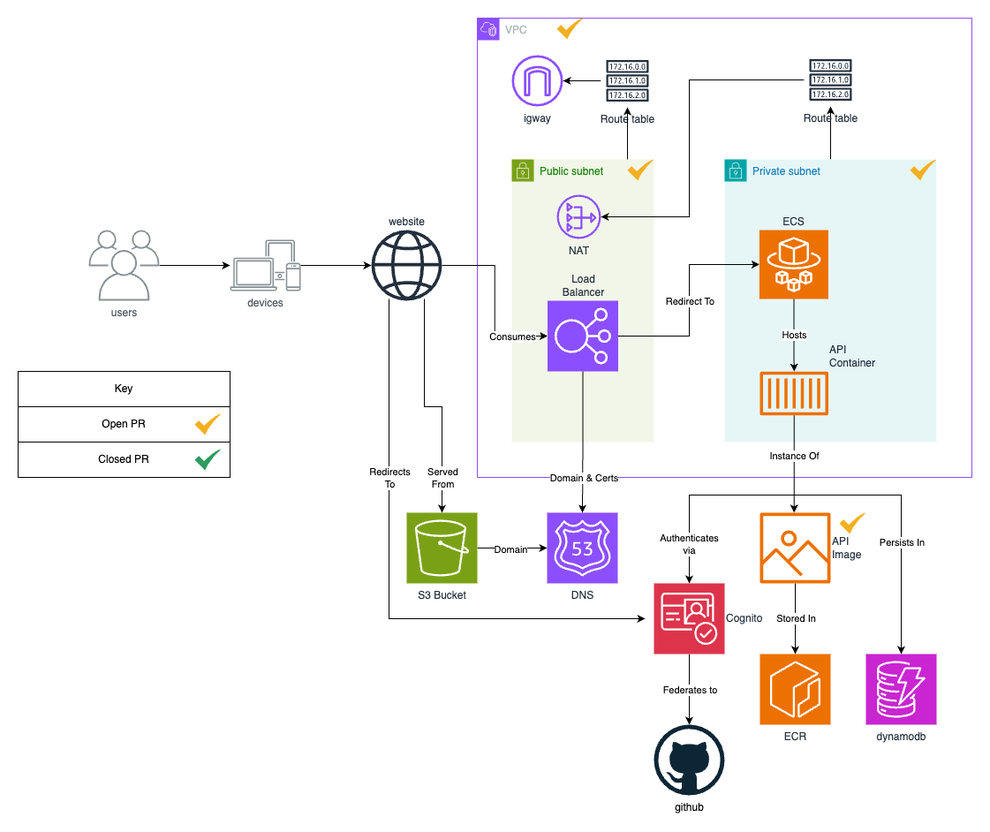
letsseethecode/lstc_website keeps this draw.io diagram as docs/images/C4-AWS Components.drawio.png. Above is the earlier version. Source tidied: cells renumbered, new cells last; positions are measured from the earlier drawing's top-left corner, leaving out a move shared by most shapes.
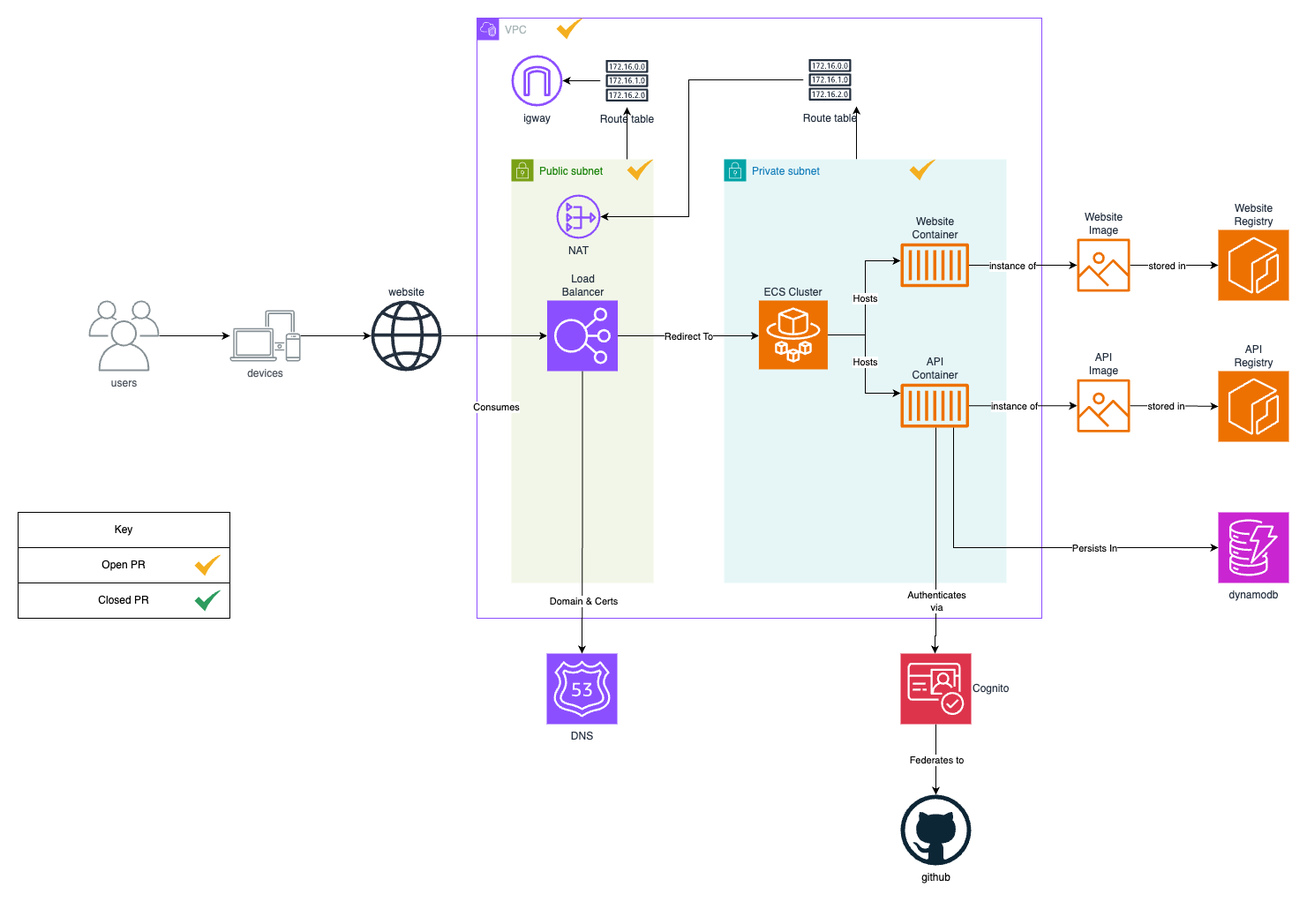
After the change.

Diff of the diagram source:
```diff
@@ -11,3 +11,3 @@
     <mxCell id="4" value="VPC" style="gradientColor=none;html=1;whiteSpace=wrap;fontSize=12;fontStyle=0;shape=mxgraph.aws4.group;grIcon=mxgraph.aws4.group_vpc2;strokeColor=#8C4FFF;fillColor=none;verticalAlign=top;align=left;spacingLeft=30;fontColor=#AAB7B8;dashed=0;" parent="1" vertex="1">
-      <mxGeometry x="520" width="560" height="520" as="geometry" />
+      <mxGeometry x="520" y="-160" width="640" height="680" as="geometry" />
     </mxCell>
@@ -22,12 +22,28 @@
     <mxCell id="6" value="Private subnet" style="points=[[0,0],[0.25,0],[0.5,0],[0.75,0],[1,0],[1,0.25],[1,0.5],[1,0.75],[1,1],[0.75,1],[0.5,1],[0.25,1],[0,1],[0,0.75],[0,0.5],[0,0.25]];outlineConnect=0;gradientColor=none;html=1;whiteSpace=wrap;fontSize=12;fontStyle=0;shape=mxgraph.aws4.group;grIcon=mxgraph.aws4.group_security_group;grStroke=0;strokeColor=#00A4A6;fillColor=#E6F6F7;verticalAlign=top;align=left;spacingLeft=30;fontColor=#147EBA;dashed=0;" parent="4" vertex="1">
-      <mxGeometry x="280" y="160" width="240" height="320" as="geometry" />
+      <mxGeometry x="280" y="160" width="320" height="480" as="geometry" />
     </mxCell>
+    <mxCell id="60" style="edgeStyle=orthogonalEdgeStyle;rounded=0;jettySize=auto;html=1;" parent="6" edge="1" source="7" target="62">
+      <mxGeometry relative="1" as="geometry">
+        <Array as="points">
+          <mxPoint x="160" y="199" />
+          <mxPoint x="160" y="115" />
+        </Array>
+      </mxGeometry>
+    </mxCell>
+    <mxCell id="61" value="Hosts" style="edgeLabel;html=1;align=center;verticalAlign=middle;" parent="60" vertex="1">
+      <mxGeometry y="1" relative="1" as="geometry" />
+    </mxCell>
-    <mxCell id="7" value="ECS" style="sketch=0;points=[[0,0,0],[0.25,0,0],[0.5,0,0],[0.75,0,0],[1,0,0],[0,1,0],[0.25,1,0],[0.5,1,0],[0.75,1,0],[1,1,0],[0,0.25,0],[0,0.5,0],[0,0.75,0],[1,0.25,0],[1,0.5,0],[1,0.75,0]];outlineConnect=0;fontColor=#232F3E;fillColor=#ED7100;strokeColor=#ffffff;dashed=0;verticalLabelPosition=top;verticalAlign=bottom;align=center;html=1;fontSize=12;fontStyle=0;shape=mxgraph.aws4.resourceIcon;resIcon=mxgraph.aws4.fargate;labelPosition=center;" parent="6" vertex="1">
-      <mxGeometry x="39.4" y="80" width="78" height="78" as="geometry" />
+    <mxCell id="7" value="ECS Cluster" style="sketch=0;points=[[0,0,0],[0.25,0,0],[0.5,0,0],[0.75,0,0],[1,0,0],[0,1,0],[0.25,1,0],[0.5,1,0],[0.75,1,0],[1,1,0],[0,0.25,0],[0,0.5,0],[0,0.75,0],[1,0.25,0],[1,0.5,0],[1,0.75,0]];outlineConnect=0;fontColor=#232F3E;fillColor=#ED7100;strokeColor=#ffffff;dashed=0;verticalLabelPosition=top;verticalAlign=bottom;align=center;html=1;fontSize=12;fontStyle=0;shape=mxgraph.aws4.resourceIcon;resIcon=mxgraph.aws4.fargate;labelPosition=center;" parent="6" vertex="1">
+      <mxGeometry x="39.4" y="160" width="78" height="78" as="geometry" />
     </mxCell>
-    <mxCell id="8" value="API&lt;br&gt;Container" style="sketch=0;outlineConnect=0;fontColor=#232F3E;gradientColor=none;fillColor=#ED7100;strokeColor=none;dashed=0;verticalLabelPosition=top;verticalAlign=bottom;align=left;html=1;fontSize=12;fontStyle=0;shape=mxgraph.aws4.container_1;labelPosition=right;" parent="6" vertex="1">
-      <mxGeometry x="40" y="240" width="77.4" height="50" as="geometry" />
+    <mxCell id="8" value="API&lt;br&gt;Container" style="sketch=0;outlineConnect=0;fontColor=#232F3E;gradientColor=none;fillColor=#ED7100;strokeColor=none;dashed=0;verticalLabelPosition=top;verticalAlign=bottom;align=center;html=1;fontSize=12;fontStyle=0;shape=mxgraph.aws4.container_1;labelPosition=center;" parent="6" vertex="1">
+      <mxGeometry x="200" y="254.2" width="77.4" height="50" as="geometry" />
     </mxCell>
     <mxCell id="9" value="Hosts" style="edgeStyle=orthogonalEdgeStyle;rounded=0;jettySize=auto;html=1;" parent="6" edge="1" source="7" target="8">
-      <mxGeometry relative="1" as="geometry" />
+      <mxGeometry relative="1" as="geometry">
+        <Array as="points">
+          <mxPoint x="160" y="199" />
+          <mxPoint x="160" y="265" />
+        </Array>
+      </mxGeometry>
     </mxCell>
@@ -36,4 +52,7 @@
     </mxCell>
+    <mxCell id="62" value="Website&lt;br&gt;Container" style="sketch=0;outlineConnect=0;fontColor=#232F3E;gradientColor=none;fillColor=#ED7100;strokeColor=none;dashed=0;verticalLabelPosition=top;verticalAlign=bottom;align=center;html=1;fontSize=12;fontStyle=0;shape=mxgraph.aws4.container_1;labelPosition=center;" parent="6" vertex="1">
+      <mxGeometry x="200" y="95" width="77.4" height="50" as="geometry" />
+    </mxCell>
     <mxCell id="11" value="Public subnet" style="points=[[0,0],[0.25,0],[0.5,0],[0.75,0],[1,0],[1,0.25],[1,0.5],[1,0.75],[1,1],[0.75,1],[0.5,1],[0.25,1],[0,1],[0,0.75],[0,0.5],[0,0.25]];outlineConnect=0;gradientColor=none;html=1;whiteSpace=wrap;fontSize=12;fontStyle=0;shape=mxgraph.aws4.group;grIcon=mxgraph.aws4.group_security_group;grStroke=0;strokeColor=#7AA116;fillColor=#F2F6E8;verticalAlign=top;align=left;spacingLeft=30;fontColor=#248814;dashed=0;" parent="4" vertex="1">
-      <mxGeometry x="39" y="160" width="161" height="320" as="geometry" />
+      <mxGeometry x="39" y="160" width="161" height="480" as="geometry" />
     </mxCell>
@@ -51,4 +70,3 @@
         <Array as="points">
-          <mxPoint x="240" y="360" />
-          <mxPoint x="240" y="279" />
+          <mxPoint x="358" y="360" />
         </Array>
@@ -90,7 +108,7 @@
     </mxCell>
-    <mxCell id="24" value="ECR" style="sketch=0;points=[[0,0,0],[0.25,0,0],[0.5,0,0],[0.75,0,0],[1,0,0],[0,1,0],[0.25,1,0],[0.5,1,0],[0.75,1,0],[1,1,0],[0,0.25,0],[0,0.5,0],[0,0.75,0],[1,0.25,0],[1,0.5,0],[1,0.75,0]];outlineConnect=0;fontColor=#232F3E;fillColor=#ED7100;strokeColor=#ffffff;dashed=0;verticalLabelPosition=bottom;verticalAlign=top;align=center;html=1;fontSize=12;fontStyle=0;shape=mxgraph.aws4.resourceIcon;resIcon=mxgraph.aws4.ecr;" parent="1" vertex="1">
-      <mxGeometry x="840" y="720" width="80" height="80" as="geometry" />
+    <mxCell id="24" value="API&lt;br&gt;Registry" style="sketch=0;points=[[0,0,0],[0.25,0,0],[0.5,0,0],[0.75,0,0],[1,0,0],[0,1,0],[0.25,1,0],[0.5,1,0],[0.75,1,0],[1,1,0],[0,0.25,0],[0,0.5,0],[0,0.75,0],[1,0.25,0],[1,0.5,0],[1,0.75,0]];outlineConnect=0;fontColor=#232F3E;fillColor=#ED7100;strokeColor=#ffffff;dashed=0;verticalLabelPosition=top;verticalAlign=bottom;align=center;html=1;fontSize=12;fontStyle=0;shape=mxgraph.aws4.resourceIcon;resIcon=mxgraph.aws4.ecr;labelPosition=center;" parent="1" vertex="1">
+      <mxGeometry x="1360" y="240" width="80" height="80" as="geometry" />
     </mxCell>
     <mxCell id="25" value="dynamodb" style="sketch=0;points=[[0,0,0],[0.25,0,0],[0.5,0,0],[0.75,0,0],[1,0,0],[0,1,0],[0.25,1,0],[0.5,1,0],[0.75,1,0],[1,1,0],[0,0.25,0],[0,0.5,0],[0,0.75,0],[1,0.25,0],[1,0.5,0],[1,0.75,0]];outlineConnect=0;fontColor=#232F3E;fillColor=#C925D1;strokeColor=#ffffff;dashed=0;verticalLabelPosition=bottom;verticalAlign=top;align=center;html=1;fontSize=12;fontStyle=0;shape=mxgraph.aws4.resourceIcon;resIcon=mxgraph.aws4.dynamodb;" parent="1" vertex="1">
-      <mxGeometry x="960" y="720" width="80" height="80" as="geometry" />
+      <mxGeometry x="1360" y="400" width="80" height="80" as="geometry" />
     </mxCell>
@@ -99,4 +117,3 @@
         <Array as="points">
-          <mxPoint x="879" y="540" />
-          <mxPoint x="1000" y="540" />
+          <mxPoint x="1060" y="440" />
         </Array>
@@ -107,16 +124,2 @@
     </mxCell>
-    <mxCell id="28" style="edgeStyle=orthogonalEdgeStyle;rounded=0;jettySize=auto;html=1;" parent="1" edge="1" source="30" target="37">
-      <mxGeometry relative="1" as="geometry">
-        <Array as="points">
-          <mxPoint x="610" y="600" />
-          <mxPoint x="610" y="600" />
-        </Array>
-      </mxGeometry>
-    </mxCell>
-    <mxCell id="29" value="Domain" style="edgeLabel;html=1;align=center;verticalAlign=middle;" parent="28" vertex="1">
-      <mxGeometry x="-0.05" y="-1" relative="1" as="geometry" />
-    </mxCell>
-    <mxCell id="30" value="S3 Bucket" style="sketch=0;points=[[0,0,0],[0.25,0,0],[0.5,0,0],[0.75,0,0],[1,0,0],[0,1,0],[0.25,1,0],[0.5,1,0],[0.75,1,0],[1,1,0],[0,0.25,0],[0,0.5,0],[0,0.75,0],[1,0.25,0],[1,0.5,0],[1,0.75,0]];outlineConnect=0;fontColor=#232F3E;fillColor=#7AA116;strokeColor=#ffffff;dashed=0;verticalLabelPosition=bottom;verticalAlign=top;align=center;html=1;fontSize=12;fontStyle=0;shape=mxgraph.aws4.resourceIcon;resIcon=mxgraph.aws4.s3;" parent="1" vertex="1">
-      <mxGeometry x="440" y="560" width="80" height="80" as="geometry" />
-    </mxCell>
     <mxCell id="31" style="edgeStyle=orthogonalEdgeStyle;rounded=0;jettySize=auto;html=1;" parent="1" edge="1" source="32" target="36">
@@ -125,3 +128,3 @@
     <mxCell id="32" value="users" style="sketch=0;outlineConnect=0;gradientColor=none;fontColor=#545B64;strokeColor=none;fillColor=#879196;dashed=0;verticalLabelPosition=bottom;verticalAlign=top;align=center;html=1;fontSize=12;fontStyle=0;shape=mxgraph.aws4.illustration_users;" parent="1" vertex="1">
-      <mxGeometry x="80" y="240" width="80" height="80" as="geometry" />
+      <mxGeometry x="80" y="160" width="80" height="80" as="geometry" />
     </mxCell>
@@ -139,3 +142,3 @@
     <mxCell id="36" value="devices" style="sketch=0;outlineConnect=0;gradientColor=none;fontColor=#545B64;strokeColor=none;fillColor=#879196;dashed=0;verticalLabelPosition=bottom;verticalAlign=top;align=center;html=1;fontSize=12;fontStyle=0;shape=mxgraph.aws4.illustration_devices;" parent="1" vertex="1">
-      <mxGeometry x="240" y="250.8" width="80" height="58.4" as="geometry" />
+      <mxGeometry x="240" y="170.8" width="80" height="58.4" as="geometry" />
     </mxCell>
@@ -148,3 +151,5 @@
     <mxCell id="39" value="Domain &amp;amp; Certs" style="edgeLabel;html=1;align=center;verticalAlign=middle;" parent="38" vertex="1">
-      <mxGeometry x="0.51" y="1" relative="1" as="geometry" />
+      <mxGeometry x="0.51" y="1" relative="1" as="geometry">
+        <mxPoint y="19" as="offset" />
+      </mxGeometry>
     </mxCell>
@@ -157,37 +162,9 @@
     <mxCell id="42" value="Cognito" style="sketch=0;points=[[0,0,0],[0.25,0,0],[0.5,0,0],[0.75,0,0],[1,0,0],[0,1,0],[0.25,1,0],[0.5,1,0],[0.75,1,0],[1,1,0],[0,0.25,0],[0,0.5,0],[0,0.75,0],[1,0.25,0],[1,0.5,0],[1,0.75,0]];outlineConnect=0;fontColor=#232F3E;fillColor=#DD344C;strokeColor=#ffffff;dashed=0;verticalLabelPosition=middle;verticalAlign=middle;align=left;html=1;fontSize=12;fontStyle=0;shape=mxgraph.aws4.resourceIcon;resIcon=mxgraph.aws4.cognito;labelPosition=right;" parent="1" vertex="1">
-      <mxGeometry x="720" y="640" width="80" height="80" as="geometry" />
+      <mxGeometry x="1000" y="560" width="80" height="80" as="geometry" />
     </mxCell>
     <mxCell id="43" value="github" style="dashed=0;outlineConnect=0;html=1;align=center;labelPosition=center;verticalLabelPosition=bottom;verticalAlign=top;shape=mxgraph.weblogos.github;" parent="1" vertex="1">
-      <mxGeometry x="720" y="800" width="80" height="80" as="geometry" />
+      <mxGeometry x="1000" y="720" width="80" height="80" as="geometry" />
     </mxCell>
-    <mxCell id="44" style="edgeStyle=orthogonalEdgeStyle;rounded=0;jettySize=auto;html=1;" parent="1" edge="1" target="30">
-      <mxGeometry relative="1" as="geometry">
-        <mxPoint x="460" y="318" as="sourcePoint" />
-        <Array as="points">
-          <mxPoint x="460" y="440" />
-          <mxPoint x="480" y="440" />
-        </Array>
-      </mxGeometry>
-    </mxCell>
-    <mxCell id="45" value="Served&lt;br&gt;From" style="edgeLabel;html=1;align=center;verticalAlign=middle;" parent="44" vertex="1">
-      <mxGeometry x="0.02" y="1" relative="1" as="geometry">
-        <mxPoint x="9" y="81" as="offset" />
-      </mxGeometry>
-    </mxCell>
-    <mxCell id="46" style="edgeStyle=orthogonalEdgeStyle;rounded=0;orthogonalLoop=1;jettySize=auto;html=1;" parent="1" edge="1">
-      <mxGeometry relative="1" as="geometry">
-        <mxPoint x="420" y="318" as="sourcePoint" />
-        <mxPoint x="710" y="680" as="targetPoint" />
-        <Array as="points">
-          <mxPoint x="420" y="680" />
-        </Array>
-      </mxGeometry>
-    </mxCell>
-    <mxCell id="47" value="Redirects&lt;br&gt;To" style="edgeLabel;html=1;align=center;verticalAlign=middle;" parent="46" vertex="1">
-      <mxGeometry x="0.26" y="-1" relative="1" as="geometry">
-        <mxPoint x="-50" y="-161" as="offset" />
-      </mxGeometry>
-    </mxCell>
     <mxCell id="48" value="website" style="sketch=0;outlineConnect=0;fontColor=#232F3E;gradientColor=none;fillColor=#232F3D;strokeColor=none;dashed=0;verticalLabelPosition=top;verticalAlign=bottom;align=center;html=1;fontSize=12;fontStyle=0;shape=mxgraph.aws4.globe;labelPosition=center;" parent="1" vertex="1">
-      <mxGeometry x="400" y="240" width="80" height="80" as="geometry" />
+      <mxGeometry x="400" y="160" width="80" height="80" as="geometry" />
     </mxCell>
@@ -196,4 +173,4 @@
         <Array as="points">
-          <mxPoint x="879" y="540" />
-          <mxPoint x="760" y="540" />
+          <mxPoint x="1040" y="540" />
+          <mxPoint x="1039" y="540" />
         </Array>
@@ -202,3 +179,5 @@
     <mxCell id="50" value="Authenticates&lt;br&gt;via" style="edgeLabel;html=1;align=center;verticalAlign=middle;" parent="49" vertex="1">
-      <mxGeometry x="0.71" y="-1" relative="1" as="geometry" />
+      <mxGeometry x="0.71" y="-1" relative="1" as="geometry">
+        <mxPoint x="1" y="-24" as="offset" />
+      </mxGeometry>
     </mxCell>
@@ -207,19 +186,10 @@
     </mxCell>
-    <mxCell id="52" value="Stored In" style="edgeLabel;html=1;align=center;verticalAlign=middle;" parent="51" vertex="1">
-      <mxGeometry x="-0.02" relative="1" as="geometry" />
+    <mxCell id="52" value="stored in" style="edgeLabel;html=1;align=center;verticalAlign=middle;" parent="51" vertex="1">
+      <mxGeometry x="-0.02" relative="1" as="geometry">
+        <mxPoint x="-9" as="offset" />
+      </mxGeometry>
     </mxCell>
-    <mxCell id="53" value="API&lt;br&gt;Image" style="sketch=0;outlineConnect=0;fontColor=#232F3E;gradientColor=none;fillColor=#ED7100;strokeColor=none;dashed=0;verticalLabelPosition=middle;verticalAlign=middle;align=left;html=1;fontSize=12;fontStyle=0;shape=mxgraph.aws4.container_registry_image;labelPosition=right;" parent="1" vertex="1">
-      <mxGeometry x="840" y="560" width="80" height="80" as="geometry" />
+    <mxCell id="53" value="API&lt;br&gt;Image" style="sketch=0;outlineConnect=0;fontColor=#232F3E;gradientColor=none;fillColor=#ED7100;strokeColor=none;dashed=0;verticalLabelPosition=top;verticalAlign=bottom;align=center;html=1;fontSize=12;fontStyle=0;shape=mxgraph.aws4.container_registry_image;labelPosition=center;" parent="1" vertex="1">
+      <mxGeometry x="1200" y="249.2" width="60" height="60" as="geometry" />
     </mxCell>
-    <mxCell id="54" style="edgeStyle=orthogonalEdgeStyle;rounded=0;jettySize=auto;html=1;" parent="1" edge="1" source="8" target="53">
-      <mxGeometry relative="1" as="geometry">
-        <Array as="points">
-          <mxPoint x="879" y="480" />
-          <mxPoint x="879" y="480" />
-        </Array>
-      </mxGeometry>
-    </mxCell>
-    <mxCell id="55" value="Instance Of" style="edgeLabel;html=1;align=center;verticalAlign=middle;" parent="54" vertex="1">
-      <mxGeometry x="-0.16" relative="1" as="geometry" />
-    </mxCell>
     <mxCell id="56" style="sketch=0;html=1;strokeColor=none;shadow=0;align=center;fillColor=#2D9C5E;verticalAlign=top;labelPosition=center;verticalLabelPosition=bottom;shape=mxgraph.gcp2.check;" parent="1" vertex="1">
@@ -233,5 +203,35 @@
     </mxCell>
-    <mxCell id="59" style="sketch=0;html=1;strokeColor=none;shadow=0;align=center;fillColor=#F4AF20;verticalAlign=top;labelPosition=center;verticalLabelPosition=bottom;shape=mxgraph.gcp2.check;" parent="1" vertex="1">
-      <mxGeometry x="930" y="560" width="30" height="24" as="geometry" />
-    </mxCell>
+    <mxCell id="54" style="edgeStyle=orthogonalEdgeStyle;rounded=0;jettySize=auto;html=1;" parent="1" edge="1" source="8" target="53">
+      <mxGeometry relative="1" as="geometry">
+        <Array as="points">
+          <mxPoint x="1180" y="279" />
+          <mxPoint x="1180" y="279" />
+        </Array>
+      </mxGeometry>
+    </mxCell>
+    <mxCell id="55" value="instance of" style="edgeLabel;html=1;align=center;verticalAlign=middle;" parent="54" vertex="1">
+      <mxGeometry x="-0.16" relative="1" as="geometry" />
+    </mxCell>
+    <mxCell id="63" value="Website&lt;br&gt;Registry" style="sketch=0;points=[[0,0,0],[0.25,0,0],[0.5,0,0],[0.75,0,0],[1,0,0],[0,1,0],[0.25,1,0],[0.5,1,0],[0.75,1,0],[1,1,0],[0,0.25,0],[0,0.5,0],[0,0.75,0],[1,0.25,0],[1,0.5,0],[1,0.75,0]];outlineConnect=0;fontColor=#232F3E;fillColor=#ED7100;strokeColor=#ffffff;dashed=0;verticalLabelPosition=top;verticalAlign=bottom;align=center;html=1;fontSize=12;fontStyle=0;shape=mxgraph.aws4.resourceIcon;resIcon=mxgraph.aws4.ecr;labelPosition=center;" parent="1" vertex="1">
+      <mxGeometry x="1360" y="80" width="80" height="80" as="geometry" />
+    </mxCell>
+    <mxCell id="64" style="edgeStyle=orthogonalEdgeStyle;rounded=0;jettySize=auto;html=1;" parent="1" edge="1" source="66" target="63">
+      <mxGeometry relative="1" as="geometry" />
+    </mxCell>
+    <mxCell id="65" value="stored in" style="edgeLabel;html=1;align=center;verticalAlign=middle;" parent="64" vertex="1">
+      <mxGeometry x="-0.18" y="-2" relative="1" as="geometry">
+        <mxPoint y="-2" as="offset" />
+      </mxGeometry>
+    </mxCell>
+    <mxCell id="66" value="Website&lt;br&gt;Image" style="sketch=0;outlineConnect=0;fontColor=#232F3E;gradientColor=none;fillColor=#ED7100;strokeColor=none;dashed=0;verticalLabelPosition=top;verticalAlign=bottom;align=center;html=1;fontSize=12;fontStyle=0;shape=mxgraph.aws4.container_registry_image;labelPosition=center;" parent="1" vertex="1">
+      <mxGeometry x="1200" y="90" width="60" height="60" as="geometry" />
+    </mxCell>
+    <mxCell id="67" style="edgeStyle=orthogonalEdgeStyle;rounded=0;jettySize=auto;html=1;" parent="1" edge="1" source="62" target="66">
+      <mxGeometry relative="1" as="geometry" />
+    </mxCell>
+    <mxCell id="68" value="instance of" style="edgeLabel;html=1;align=center;verticalAlign=middle;" parent="67" vertex="1">
+      <mxGeometry x="-0.21" y="2" relative="1" as="geometry">
+        <mxPoint y="2" as="offset" />
+      </mxGeometry>
+    </mxCell>
   </root>
```
